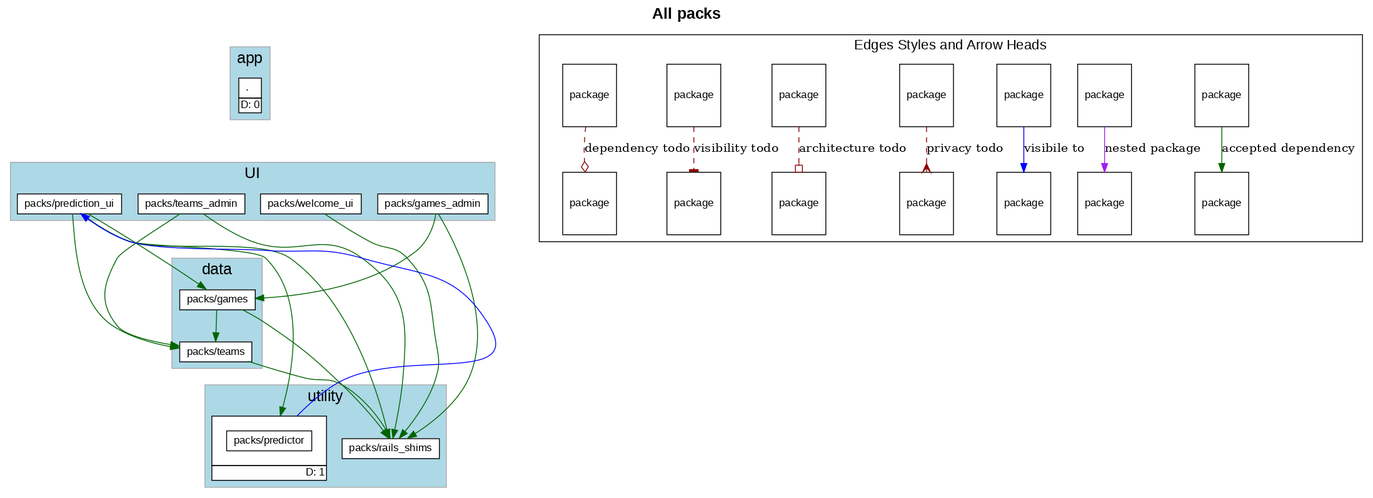
The Graphviz diagram c4s04/sportsball/c4s04_a_todos.png in shageman/package-based-rails-applications-book, before a commit. Its source is kept beside it as c4s04/sportsball/c4s04_a_todos.dot. The source it was exported from:
```dot
digraph package_diagram {
  rankdir=TD
  graph [
    labelloc="t"
    fontname="Helvetica,Arial,sans-serif"
    dpi=100
    layout=dot
    label=<<b>All packs</b>>
    fontsize=18
  ]
  node [
    fontname="Helvetica,Arial,sans-serif"
    fontsize=26.0
    fontcolor=black
    fillcolor=white
    color=black
    height=1.0
    style=filled
    shape=plain
  ]
    subgraph app {
      shape=box
      color=darkgrey
      fillcolor=lightblue
      style=filled
        label="app"
        cluster=true
        rank = 0        "." [
            fontsize=12.0
            label= <
                <table border='0' cellborder='1' cellspacing='0' cellpadding='4'>
                  <tr> <td align='left'> . </td> </tr>
                  <tr><td CELLPADDING='1' ALIGN='RIGHT'>D: 0</td></tr>
                </table>
              >
          ]

    }
    subgraph UI {
      shape=box
      color=darkgrey
      fillcolor=lightblue
      style=filled
        label="UI"
        cluster=true
        rank = 1        "packs/games_admin" [
            fontsize=12.0
            label= <
                <table border='0' cellborder='1' cellspacing='0' cellpadding='4'>
                  <tr> <td align='left'> packs/games_admin </td> </tr>
                </table>
              >
          ]

        "packs/prediction_ui" [
            fontsize=12.0
            label= <
                <table border='0' cellborder='1' cellspacing='0' cellpadding='4'>
                  <tr> <td align='left'> packs/prediction_ui </td> </tr>
                </table>
              >
          ]

        "packs/teams_admin" [
            fontsize=12.0
            label= <
                <table border='0' cellborder='1' cellspacing='0' cellpadding='4'>
                  <tr> <td align='left'> packs/teams_admin </td> </tr>
                </table>
              >
          ]

        "packs/welcome_ui" [
            fontsize=12.0
            label= <
                <table border='0' cellborder='1' cellspacing='0' cellpadding='4'>
                  <tr> <td align='left'> packs/welcome_ui </td> </tr>
                </table>
              >
          ]

    }
              "." -> "packs/games_admin" [ style=invis ]
              "." -> "packs/prediction_ui" [ style=invis ]
              "." -> "packs/teams_admin" [ style=invis ]
              "." -> "packs/welcome_ui" [ style=invis ]
    subgraph data {
      shape=box
      color=darkgrey
      fillcolor=lightblue
      style=filled
        label="data"
        cluster=true
        rank = 2        "packs/games" [
            fontsize=12.0
            label= <
                <table border='0' cellborder='1' cellspacing='0' cellpadding='4'>
                  <tr> <td align='left'> packs/games </td> </tr>
                </table>
              >
          ]

        "packs/teams" [
            fontsize=12.0
            label= <
                <table border='0' cellborder='1' cellspacing='0' cellpadding='4'>
                  <tr> <td align='left'> packs/teams </td> </tr>
                </table>
              >
          ]

    }
              "packs/games_admin" -> "packs/games" [ style=invis ]
              "packs/prediction_ui" -> "packs/games" [ style=invis ]
              "packs/teams_admin" -> "packs/games" [ style=invis ]
              "packs/welcome_ui" -> "packs/games" [ style=invis ]
              "packs/games_admin" -> "packs/teams" [ style=invis ]
              "packs/prediction_ui" -> "packs/teams" [ style=invis ]
              "packs/teams_admin" -> "packs/teams" [ style=invis ]
              "packs/welcome_ui" -> "packs/teams" [ style=invis ]
    subgraph utility {
      shape=box
      color=darkgrey
      fillcolor=lightblue
      style=filled
        label="utility"
        cluster=true
        rank = 3        "packs/predictor" [
            fontsize=12.0
            label= <
                <table border='0' cellborder='1' cellspacing='0' cellpadding='16'><tr><td>
                  <table border='0' cellborder='1' cellspacing='0' cellpadding='4'>
                    <tr> <td port='private'> packs/predictor </td> </tr>
                  </table>
                  </td></tr>
                  <tr><td CELLPADDING='1' ALIGN='RIGHT'>D: 1</td></tr>
                  </table>
              >
          ]

        "packs/rails_shims" [
            fontsize=12.0
            label= <
                <table border='0' cellborder='1' cellspacing='0' cellpadding='4'>
                  <tr> <td align='left'> packs/rails_shims </td> </tr>
                </table>
              >
          ]

    }
              "packs/games" -> "packs/predictor" [ style=invis ]
              "packs/teams" -> "packs/predictor" [ style=invis ]
              "packs/games" -> "packs/rails_shims" [ style=invis ]
              "packs/teams" -> "packs/rails_shims" [ style=invis ]
    subgraph NotInLayer {
      shape=box
      color=darkgrey
      fillcolor=lightblue
      style=filled
        cluster=false
    }
          "packs/games" -> "packs/rails_shims" [ color=darkgreen ]
          "packs/games" -> "packs/teams" [ color=darkgreen ]
          "packs/games_admin" -> "packs/games" [ color=darkgreen ]
          "packs/games_admin" -> "packs/rails_shims" [ color=darkgreen ]
          "packs/prediction_ui" -> "packs/games" [ color=darkgreen ]
          "packs/prediction_ui" -> "packs/predictor" [ color=darkgreen ]
          "packs/prediction_ui" -> "packs/rails_shims" [ color=darkgreen ]
          "packs/prediction_ui" -> "packs/teams" [ color=darkgreen ]
          "packs/teams" -> "packs/rails_shims" [ color=darkgreen ]
          "packs/teams_admin" -> "packs/rails_shims" [ color=darkgreen ]
          "packs/teams_admin" -> "packs/teams" [ color=darkgreen ]
          "packs/welcome_ui" -> "packs/rails_shims" [ color=darkgreen ]
        "packs/predictor" -> "packs/prediction_ui" [ color=blue constraint=false ]
    subgraph cluster_legend {
      fontsize=16
      label="Edges Styles and Arrow Heads"
      A [ fontsize=12 shape=box label="package"]
      B [ fontsize=12 shape=box label="package"]
      A -> B [label="accepted dependency" color=darkgreen]
      K [ fontsize=12 shape=box label="package"]
      L [ fontsize=12 shape=box label="package"]
      K -> L [label="nested package" color=purple]
      M [ fontsize=12 shape=box label="package"]
      N [ fontsize=12 shape=box label="package"]
      M -> N [label="visibile to" color=blue]
      C [ fontsize=12 shape=box label="package"]
      D [ fontsize=12 shape=box label="package"]
      C -> D [label="privacy todo" color=darkred style=dashed arrowhead=crow]
      E [ fontsize=12 shape=box label="package"]
      F [ fontsize=12 shape=box label="package"]
      E -> F [label="architecture todo" color=darkred style=dashed arrowhead=obox]
      G [ fontsize=12 shape=box label="package"]
      H [ fontsize=12 shape=box label="package"]
      G -> H [label="visibility todo" color=darkred style=dashed arrowhead=tee]
      I [ fontsize=12 shape=box label="package"]
      J [ fontsize=12 shape=box label="package"]
      I -> J [label="dependency todo" color=darkred style=dashed arrowhead=odiamond]
      LEGEND_NODE_1 [ label="" peripheries=0 height=0 width=0 style=invis ]
      LEGEND_NODE_2 [ label="" peripheries=0 height=0 width=0 style=invis ]
      LEGEND_NODE_1 -> LEGEND_NODE_2 [ style=invis ]
    }
  subgraph cluster_teams_legend {
    fontsize=16
    label="Team Colors"


  }
    LEGEND_NODE_2 -> "" [style=invis]
}
```
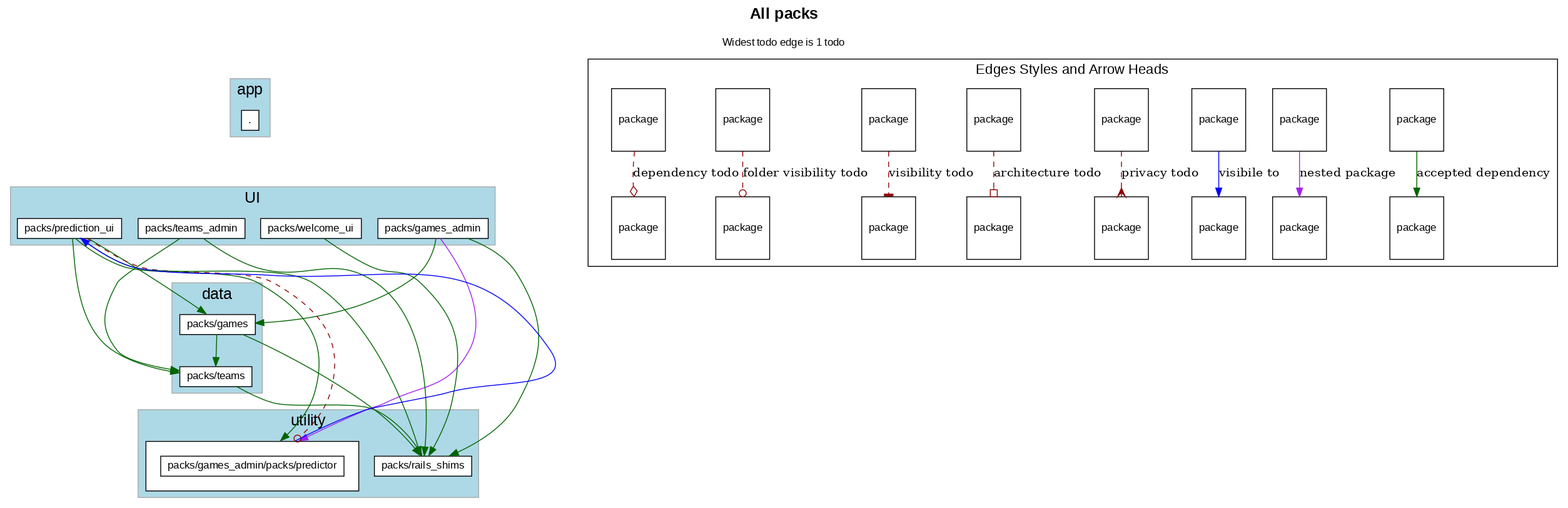
After the commit.

What changed in the source:
```diff
@@ -5,7 +5,7 @@
     fontname="Helvetica,Arial,sans-serif"
     dpi=100
     layout=dot
-    label=<<b>All packs</b>>
+    label=<<b>All packs</b><br/><br/><font point-size='12'>Widest todo edge is 1 todo</font>>
     fontsize=18
   ]
   node [
@@ -30,7 +30,6 @@
             label= <
                 <table border='0' cellborder='1' cellspacing='0' cellpadding='4'>
                   <tr> <td align='left'> . </td> </tr>
-                  <tr><td CELLPADDING='1' ALIGN='RIGHT'>D: 0</td></tr>
                 </table>
               >
           ]
@@ -125,15 +124,14 @@
       style=filled
         label="utility"
         cluster=true
-        rank = 3        "packs/predictor" [
+        rank = 3        "packs/games_admin/packs/predictor" [
             fontsize=12.0
             label= <
                 <table border='0' cellborder='1' cellspacing='0' cellpadding='16'><tr><td>
                   <table border='0' cellborder='1' cellspacing='0' cellpadding='4'>
-                    <tr> <td port='private'> packs/predictor </td> </tr>
+                    <tr> <td port='private'> packs/games_admin/packs/predictor </td> </tr>
                   </table>
                   </td></tr>
-                  <tr><td CELLPADDING='1' ALIGN='RIGHT'>D: 1</td></tr>
                   </table>
               >
           ]
@@ -148,8 +146,8 @@
           ]
 
     }
-              "packs/games" -> "packs/predictor" [ style=invis ]
-              "packs/teams" -> "packs/predictor" [ style=invis ]
+              "packs/games" -> "packs/games_admin/packs/predictor" [ style=invis ]
+              "packs/teams" -> "packs/games_admin/packs/predictor" [ style=invis ]
               "packs/games" -> "packs/rails_shims" [ style=invis ]
               "packs/teams" -> "packs/rails_shims" [ style=invis ]
     subgraph NotInLayer {
@@ -164,26 +162,32 @@
           "packs/games_admin" -> "packs/games" [ color=darkgreen ]
           "packs/games_admin" -> "packs/rails_shims" [ color=darkgreen ]
           "packs/prediction_ui" -> "packs/games" [ color=darkgreen ]
-          "packs/prediction_ui" -> "packs/predictor" [ color=darkgreen ]
+          "packs/prediction_ui" -> "packs/games_admin/packs/predictor" [ color=darkgreen ]
           "packs/prediction_ui" -> "packs/rails_shims" [ color=darkgreen ]
           "packs/prediction_ui" -> "packs/teams" [ color=darkgreen ]
           "packs/teams" -> "packs/rails_shims" [ color=darkgreen ]
           "packs/teams_admin" -> "packs/rails_shims" [ color=darkgreen ]
           "packs/teams_admin" -> "packs/teams" [ color=darkgreen ]
           "packs/welcome_ui" -> "packs/rails_shims" [ color=darkgreen ]
-        "packs/predictor" -> "packs/prediction_ui" [ color=blue constraint=false ]
+            "packs/prediction_ui" -> "packs/games_admin/packs/predictor" [
+                constraint=false
+              # headlabel="folder_visibility"
+color=darkred style=dashed arrowhead=odot
+              penwidth=1            ]
+          "packs/games_admin" -> "packs/games_admin/packs/predictor" [ color=purple ]
+        "packs/games_admin/packs/predictor" -> "packs/prediction_ui" [ color=blue constraint=false ]
     subgraph cluster_legend {
       fontsize=16
       label="Edges Styles and Arrow Heads"
       A [ fontsize=12 shape=box label="package"]
       B [ fontsize=12 shape=box label="package"]
       A -> B [label="accepted dependency" color=darkgreen]
-      K [ fontsize=12 shape=box label="package"]
-      L [ fontsize=12 shape=box label="package"]
-      K -> L [label="nested package" color=purple]
       M [ fontsize=12 shape=box label="package"]
       N [ fontsize=12 shape=box label="package"]
-      M -> N [label="visibile to" color=blue]
+      M -> N [label="nested package" color=purple]
+      O [ fontsize=12 shape=box label="package"]
+      P [ fontsize=12 shape=box label="package"]
+      O -> P [label="visibile to" color=blue]
       C [ fontsize=12 shape=box label="package"]
       D [ fontsize=12 shape=box label="package"]
       C -> D [label="privacy todo" color=darkred style=dashed arrowhead=crow]
@@ -195,7 +199,10 @@
       G -> H [label="visibility todo" color=darkred style=dashed arrowhead=tee]
       I [ fontsize=12 shape=box label="package"]
       J [ fontsize=12 shape=box label="package"]
-      I -> J [label="dependency todo" color=darkred style=dashed arrowhead=odiamond]
+      I -> J [label="folder visibility todo" color=darkred style=dashed arrowhead=odot]
+      K [ fontsize=12 shape=box label="package"]
+      L [ fontsize=12 shape=box label="package"]
+      K -> L [label="dependency todo" color=darkred style=dashed arrowhead=odiamond]
       LEGEND_NODE_1 [ label="" peripheries=0 height=0 width=0 style=invis ]
       LEGEND_NODE_2 [ label="" peripheries=0 height=0 width=0 style=invis ]
       LEGEND_NODE_1 -> LEGEND_NODE_2 [ style=invis ]
```
